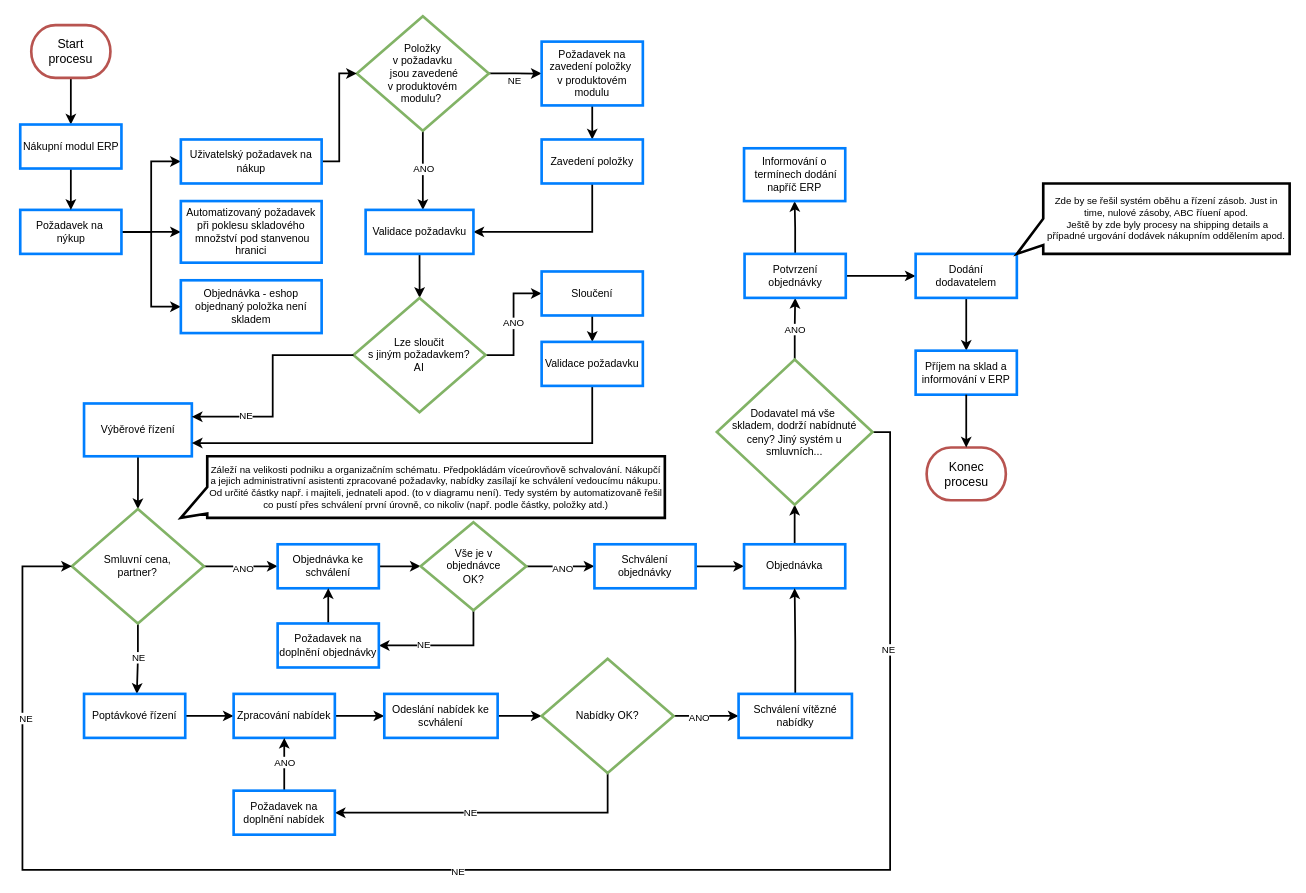
This is page "Stránka-2" (2 of 3) of asseco_solutions/asseco_solution_case_study_v1.drawio from janbavor/drawio, a draw.io file, before an edit. Source tidied: cells renumbered, new cells numbered last; positions are measured from the earlier drawing's top-left corner, leaving out a move shared by most shapes. Both pictures are drawn from the tidied source at 88%, with x=0, y=0 at pixel (20, 16).
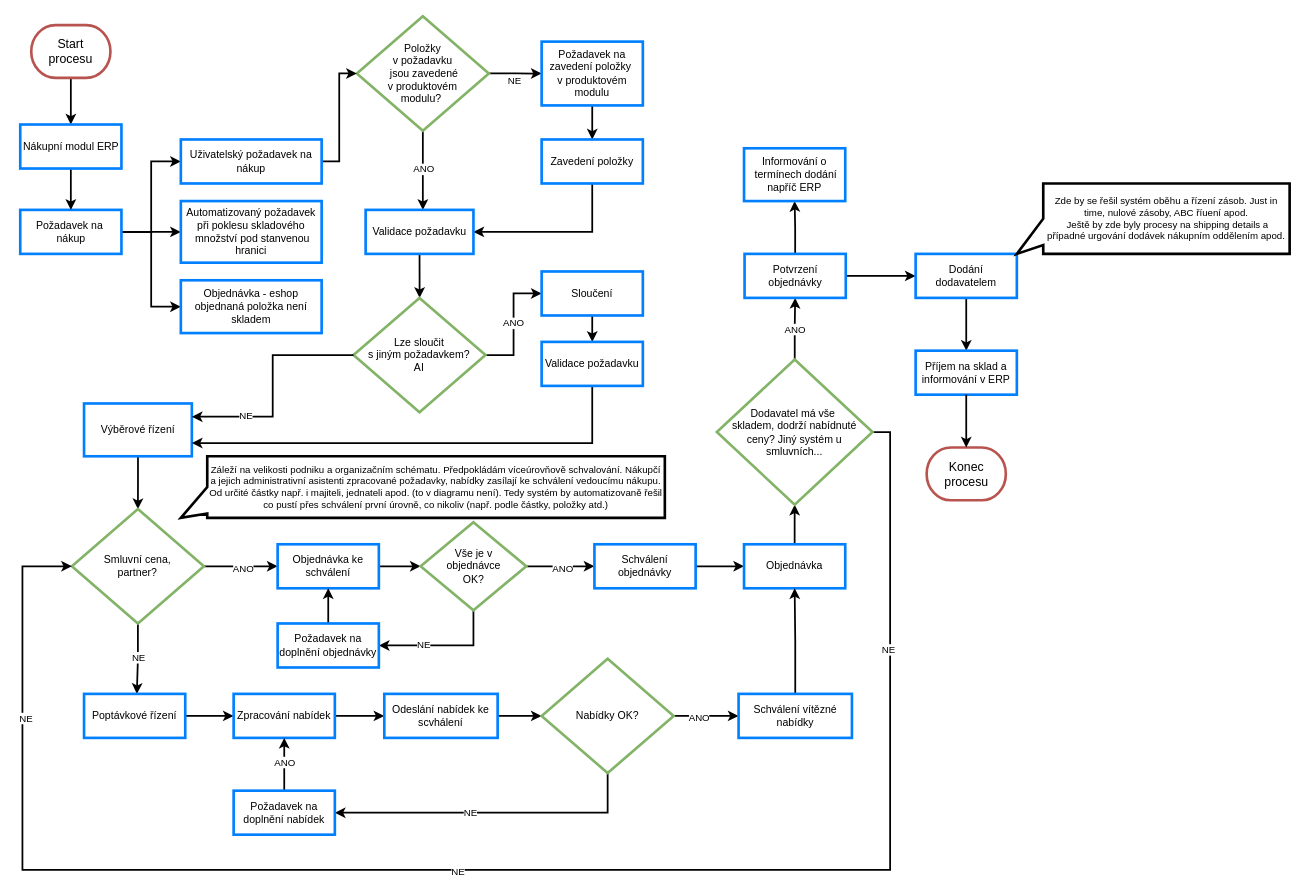
The same page after the edit.

Diff of the diagram source:
```diff
@@
-    <mxCell id="8" value="Požadavek na&amp;nbsp;&lt;br&gt;nýkup" style="whiteSpace=wrap;html=1;fillColor=none;strokeColor=#007FFF;strokeWidth=3;fillStyle=auto;fontColor=#000000;" parent="1" vertex="1">
+    <mxCell id="8" value="Požadavek na&amp;nbsp;&lt;br&gt;nákup" style="whiteSpace=wrap;html=1;fillColor=none;strokeColor=#007FFF;strokeWidth=3;fillStyle=auto;fontColor=#000000;" parent="1" vertex="1">
       <mxGeometry x="-0.5" y="220" width="115" height="50" as="geometry" />
     </mxCell>
@@
-    <mxCell id="20" value="Objednávka - eshop&lt;br&gt;objednaný položka není skladem" style="whiteSpace=wrap;html=1;fillColor=none;strokeColor=#007FFF;strokeWidth=3;fillStyle=auto;fontColor=#000000;" parent="1" vertex="1">
+    <mxCell id="20" value="Objednávka - eshop&lt;br&gt;objednaná položka není skladem" style="whiteSpace=wrap;html=1;fillColor=none;strokeColor=#007FFF;strokeWidth=3;fillStyle=auto;fontColor=#000000;" parent="1" vertex="1">
       <mxGeometry x="182" y="300" width="160" height="60" as="geometry" />
     </mxCell>
```
